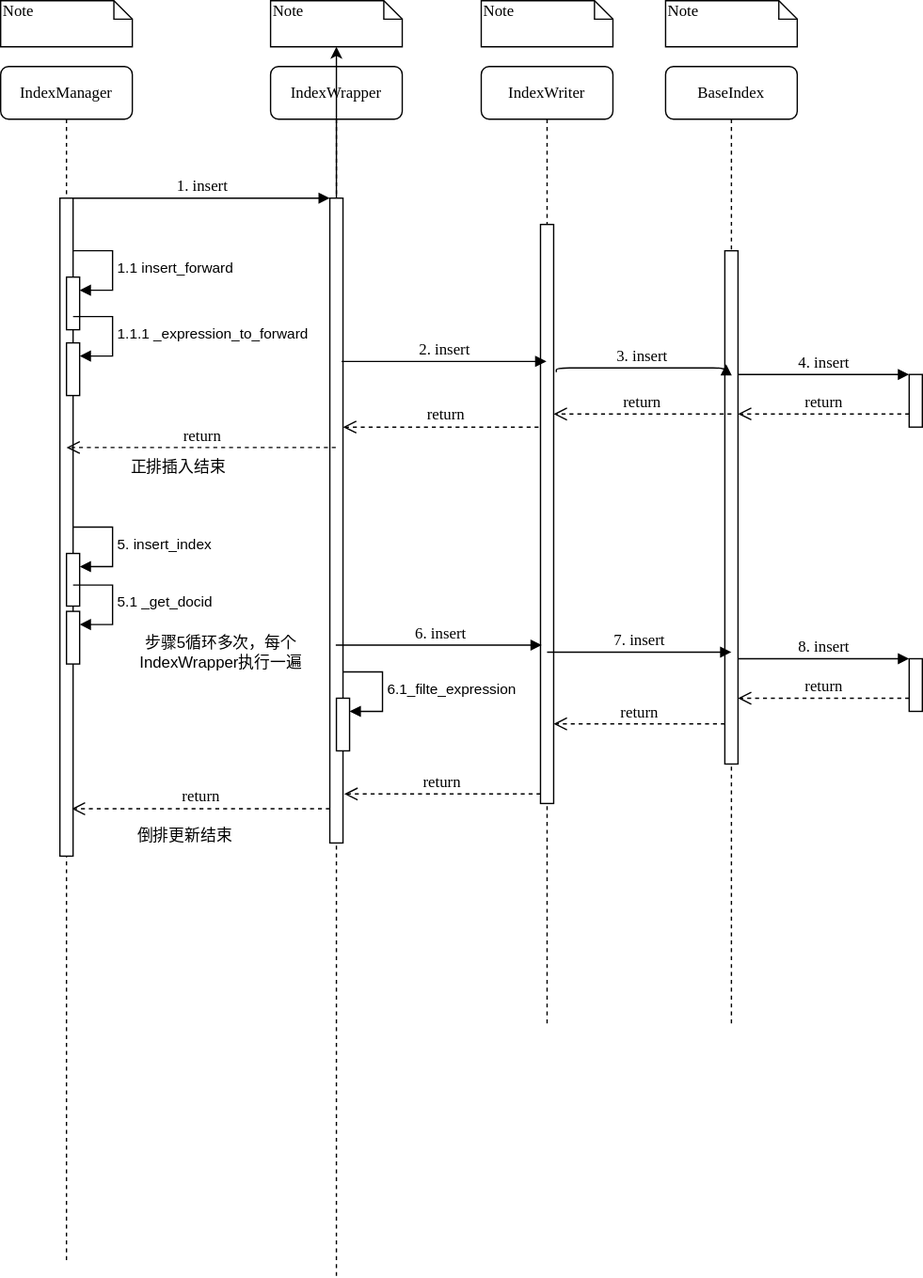
This is memdb_insert时序图.drawio.svg from gaochenxi/drawio, a draw.io export, as it was before one commit. Source tidied: cells renumbered, new cells last; positions are measured from the earlier drawing's top-left corner, leaving out a move shared by most shapes. Source of this version:
```xml
<mxGraphModel>
  <root>
    <mxCell id="0" />
    <mxCell id="1" parent="0" />
    <mxCell id="2" value="IndexWrapper" style="shape=umlLifeline;perimeter=lifelinePerimeter;whiteSpace=wrap;html=1;outlineConnect=0;rounded=1;shadow=0;comic=0;labelBackgroundColor=none;strokeWidth=1;fontFamily=Verdana;fontSize=12;align=center;" parent="1" vertex="1">
      <mxGeometry x="205" y="50" width="100" height="920" as="geometry" />
    </mxCell>
    <mxCell id="3" style="html=1;points=[];perimeter=orthogonalPerimeter;rounded=0;shadow=0;comic=0;labelBackgroundColor=none;strokeWidth=1;fontFamily=Verdana;fontSize=12;align=center;" parent="2" vertex="1">
      <mxGeometry x="45" y="100" width="10" height="490" as="geometry" />
    </mxCell>
    <mxCell id="4" value="return" style="html=1;verticalAlign=bottom;endArrow=open;dashed=1;endSize=8;labelBackgroundColor=none;fontFamily=Verdana;fontSize=12;elbow=vertical;" parent="2" edge="1" source="8">
      <mxGeometry relative="1" as="geometry">
        <mxPoint x="55" y="274" as="targetPoint" />
      </mxGeometry>
    </mxCell>
    <mxCell id="5" style="group;" parent="2" vertex="1">
      <mxGeometry x="50" y="480" width="35" height="40" as="geometry" />
    </mxCell>
    <mxCell id="6" style="html=1;points=[];perimeter=orthogonalPerimeter;outlineConnect=0;targetShapes=umlLifeline;portConstraint=eastwest;newEdgeStyle={&quot;edgeStyle&quot;:&quot;elbowEdgeStyle&quot;,&quot;elbow&quot;:&quot;vertical&quot;,&quot;curved&quot;:0,&quot;rounded&quot;:0};" parent="5" vertex="1">
      <mxGeometry width="10" height="40" as="geometry" />
    </mxCell>
    <mxCell id="7" value="6.1_filte_expression" style="html=1;align=left;spacingLeft=2;endArrow=block;rounded=0;edgeStyle=orthogonalEdgeStyle;curved=0;rounded=0;" parent="5" edge="1" target="6">
      <mxGeometry x="0.01" relative="1" as="geometry">
        <mxPoint x="5" y="-20" as="sourcePoint" />
        <Array as="points">
          <mxPoint x="35" y="10" />
        </Array>
      </mxGeometry>
    </mxCell>
    <mxCell id="8" value="IndexWriter" style="shape=umlLifeline;perimeter=lifelinePerimeter;whiteSpace=wrap;html=1;outlineConnect=0;rounded=1;shadow=0;comic=0;labelBackgroundColor=none;strokeWidth=1;fontFamily=Verdana;fontSize=12;align=center;" parent="1" vertex="1">
      <mxGeometry x="365" y="50" width="100" height="730" as="geometry" />
    </mxCell>
    <mxCell id="9" style="html=1;points=[];perimeter=orthogonalPerimeter;rounded=0;shadow=0;comic=0;labelBackgroundColor=none;strokeWidth=1;fontFamily=Verdana;fontSize=12;align=center;" parent="8" vertex="1">
      <mxGeometry x="45" y="120" width="10" height="440" as="geometry" />
    </mxCell>
    <mxCell id="10" value="BaseIndex" style="shape=umlLifeline;perimeter=lifelinePerimeter;whiteSpace=wrap;html=1;rounded=1;shadow=0;comic=0;labelBackgroundColor=none;strokeWidth=1;fontFamily=Verdana;fontSize=12;align=center;" parent="1" vertex="1">
      <mxGeometry x="505" y="50" width="100" height="730" as="geometry" />
    </mxCell>
    <mxCell id="11" value="IndexManager" style="shape=umlLifeline;perimeter=lifelinePerimeter;whiteSpace=wrap;html=1;rounded=1;shadow=0;comic=0;labelBackgroundColor=none;strokeWidth=1;fontFamily=Verdana;fontSize=12;align=center;" parent="1" vertex="1">
      <mxGeometry y="50" width="100" height="910" as="geometry" />
    </mxCell>
    <mxCell id="12" style="html=1;points=[];perimeter=orthogonalPerimeter;rounded=0;shadow=0;comic=0;labelBackgroundColor=none;strokeWidth=1;fontFamily=Verdana;fontSize=12;align=center;" parent="11" vertex="1">
      <mxGeometry x="45" y="100" width="10" height="500" as="geometry" />
    </mxCell>
    <mxCell id="13" style="group;" parent="11" vertex="1">
      <mxGeometry x="50" y="160" width="35" height="40" as="geometry" />
    </mxCell>
    <mxCell id="14" style="html=1;points=[];perimeter=orthogonalPerimeter;outlineConnect=0;targetShapes=umlLifeline;portConstraint=eastwest;newEdgeStyle={&quot;edgeStyle&quot;:&quot;elbowEdgeStyle&quot;,&quot;elbow&quot;:&quot;vertical&quot;,&quot;curved&quot;:0,&quot;rounded&quot;:0};" parent="13" vertex="1">
      <mxGeometry width="10" height="40" as="geometry" />
    </mxCell>
    <mxCell id="15" value="1.1 insert_forward" style="html=1;align=left;spacingLeft=2;endArrow=block;rounded=0;edgeStyle=orthogonalEdgeStyle;curved=0;rounded=0;" parent="13" edge="1" target="14">
      <mxGeometry x="0.01" relative="1" as="geometry">
        <mxPoint x="5" y="-20" as="sourcePoint" />
        <Array as="points">
          <mxPoint x="35" y="10" />
        </Array>
      </mxGeometry>
    </mxCell>
    <mxCell id="16" style="group;" parent="11" vertex="1">
      <mxGeometry x="50" y="210" width="35" height="40" as="geometry" />
    </mxCell>
    <mxCell id="17" style="html=1;points=[];perimeter=orthogonalPerimeter;outlineConnect=0;targetShapes=umlLifeline;portConstraint=eastwest;newEdgeStyle={&quot;edgeStyle&quot;:&quot;elbowEdgeStyle&quot;,&quot;elbow&quot;:&quot;vertical&quot;,&quot;curved&quot;:0,&quot;rounded&quot;:0};" parent="16" vertex="1">
      <mxGeometry width="10" height="40" as="geometry" />
    </mxCell>
    <mxCell id="18" value="1.1.1 _expression_to_forward" style="html=1;align=left;spacingLeft=2;endArrow=block;rounded=0;edgeStyle=orthogonalEdgeStyle;curved=0;rounded=0;" parent="16" edge="1" target="17">
      <mxGeometry x="0.01" relative="1" as="geometry">
        <mxPoint x="5" y="-20" as="sourcePoint" />
        <Array as="points">
          <mxPoint x="35" y="10" />
        </Array>
      </mxGeometry>
    </mxCell>
    <mxCell id="19" value="return" style="html=1;verticalAlign=bottom;endArrow=open;dashed=1;endSize=8;labelBackgroundColor=none;fontFamily=Verdana;fontSize=12;elbow=vertical;" parent="11" edge="1" source="2">
      <mxGeometry relative="1" as="geometry">
        <mxPoint x="50" y="289.5" as="targetPoint" />
      </mxGeometry>
    </mxCell>
    <mxCell id="20" style="group;" parent="11" vertex="1">
      <mxGeometry x="50" y="370" width="35" height="40" as="geometry" />
    </mxCell>
    <mxCell id="21" style="html=1;points=[];perimeter=orthogonalPerimeter;outlineConnect=0;targetShapes=umlLifeline;portConstraint=eastwest;newEdgeStyle={&quot;edgeStyle&quot;:&quot;elbowEdgeStyle&quot;,&quot;elbow&quot;:&quot;vertical&quot;,&quot;curved&quot;:0,&quot;rounded&quot;:0};" parent="20" vertex="1">
      <mxGeometry width="10" height="40" as="geometry" />
    </mxCell>
    <mxCell id="22" value="5. insert_index" style="html=1;align=left;spacingLeft=2;endArrow=block;rounded=0;edgeStyle=orthogonalEdgeStyle;curved=0;rounded=0;" parent="20" edge="1" target="21">
      <mxGeometry x="0.01" relative="1" as="geometry">
        <mxPoint x="5" y="-20" as="sourcePoint" />
        <Array as="points">
          <mxPoint x="35" y="10" />
        </Array>
      </mxGeometry>
    </mxCell>
    <mxCell id="23" style="group;" parent="11" vertex="1">
      <mxGeometry x="50" y="414" width="35" height="40" as="geometry" />
    </mxCell>
    <mxCell id="24" style="html=1;points=[];perimeter=orthogonalPerimeter;outlineConnect=0;targetShapes=umlLifeline;portConstraint=eastwest;newEdgeStyle={&quot;edgeStyle&quot;:&quot;elbowEdgeStyle&quot;,&quot;elbow&quot;:&quot;vertical&quot;,&quot;curved&quot;:0,&quot;rounded&quot;:0};" parent="23" vertex="1">
      <mxGeometry width="10" height="40" as="geometry" />
    </mxCell>
    <mxCell id="25" value="5.1 _get_docid&amp;nbsp;" style="html=1;align=left;spacingLeft=2;endArrow=block;rounded=0;edgeStyle=orthogonalEdgeStyle;curved=0;rounded=0;" parent="23" edge="1" target="24">
      <mxGeometry x="0.01" relative="1" as="geometry">
        <mxPoint x="5" y="-20" as="sourcePoint" />
        <Array as="points">
          <mxPoint x="35" y="10" />
        </Array>
      </mxGeometry>
    </mxCell>
    <mxCell id="26" style="html=1;points=[];perimeter=orthogonalPerimeter;rounded=0;shadow=0;comic=0;labelBackgroundColor=none;strokeWidth=1;fontFamily=Verdana;fontSize=12;align=center;" parent="1" vertex="1">
      <mxGeometry x="550" y="190" width="10" height="390" as="geometry" />
    </mxCell>
    <mxCell id="27" value="3. insert" style="html=1;verticalAlign=bottom;endArrow=block;labelBackgroundColor=none;fontFamily=Verdana;fontSize=12;edgeStyle=elbowEdgeStyle;elbow=vertical;exitX=1.2;exitY=0.255;exitDx=0;exitDy=0;exitPerimeter=0;entryX=0.1;entryY=0.221;entryDx=0;entryDy=0;entryPerimeter=0;" parent="1" edge="1" source="9" target="26">
      <mxGeometry relative="1" as="geometry" />
    </mxCell>
    <mxCell id="28" style="html=1;points=[];perimeter=orthogonalPerimeter;rounded=0;shadow=0;comic=0;labelBackgroundColor=none;strokeWidth=1;fontFamily=Verdana;fontSize=12;align=center;" parent="1" vertex="1">
      <mxGeometry x="690" y="284" width="10" height="40" as="geometry" />
    </mxCell>
    <mxCell id="29" value="4. insert" style="html=1;verticalAlign=bottom;endArrow=block;entryX=0;entryY=0;labelBackgroundColor=none;fontFamily=Verdana;fontSize=12;edgeStyle=elbowEdgeStyle;elbow=vertical;" parent="1" edge="1" target="28">
      <mxGeometry relative="1" as="geometry">
        <mxPoint x="560" y="284" as="sourcePoint" />
      </mxGeometry>
    </mxCell>
    <mxCell id="30" value="return" style="html=1;verticalAlign=bottom;endArrow=open;dashed=1;endSize=8;labelBackgroundColor=none;fontFamily=Verdana;fontSize=12;edgeStyle=elbowEdgeStyle;elbow=vertical;" parent="1" edge="1" source="28">
      <mxGeometry relative="1" as="geometry">
        <mxPoint x="560" y="314" as="targetPoint" />
        <Array as="points">
          <mxPoint x="635" y="314" />
          <mxPoint x="665" y="314" />
        </Array>
      </mxGeometry>
    </mxCell>
    <mxCell id="31" value="1. insert" style="html=1;verticalAlign=bottom;endArrow=block;entryX=0;entryY=0;labelBackgroundColor=none;fontFamily=Verdana;fontSize=12;edgeStyle=elbowEdgeStyle;elbow=vertical;" parent="1" edge="1" source="12" target="3">
      <mxGeometry relative="1" as="geometry" />
    </mxCell>
    <mxCell id="32" value="2. insert" style="html=1;verticalAlign=bottom;endArrow=block;labelBackgroundColor=none;fontFamily=Verdana;fontSize=12;elbow=vertical;exitX=0.9;exitY=0.496;exitDx=0;exitDy=0;exitPerimeter=0;" parent="1" edge="1">
      <mxGeometry relative="1" as="geometry">
        <mxPoint x="259" y="274.1" as="sourcePoint" />
        <mxPoint x="414.5" y="274.1" as="targetPoint" />
      </mxGeometry>
    </mxCell>
    <mxCell id="33" value="Note" style="shape=note;whiteSpace=wrap;html=1;size=14;verticalAlign=top;align=left;spacingTop=-6;rounded=0;shadow=0;comic=0;labelBackgroundColor=none;strokeWidth=1;fontFamily=Verdana;fontSize=12;" parent="1" vertex="1">
      <mxGeometry width="100" height="35" as="geometry" />
    </mxCell>
    <mxCell id="34" value="Note" style="shape=note;whiteSpace=wrap;html=1;size=14;verticalAlign=top;align=left;spacingTop=-6;rounded=0;shadow=0;comic=0;labelBackgroundColor=none;strokeWidth=1;fontFamily=Verdana;fontSize=12;" parent="1" vertex="1">
      <mxGeometry x="205" width="100" height="35" as="geometry" />
    </mxCell>
    <mxCell id="35" value="Note" style="shape=note;whiteSpace=wrap;html=1;size=14;verticalAlign=top;align=left;spacingTop=-6;rounded=0;shadow=0;comic=0;labelBackgroundColor=none;strokeWidth=1;fontFamily=Verdana;fontSize=12;" parent="1" vertex="1">
      <mxGeometry x="365" width="100" height="35" as="geometry" />
    </mxCell>
    <mxCell id="36" value="Note" style="shape=note;whiteSpace=wrap;html=1;size=14;verticalAlign=top;align=left;spacingTop=-6;rounded=0;shadow=0;comic=0;labelBackgroundColor=none;strokeWidth=1;fontFamily=Verdana;fontSize=12;" parent="1" vertex="1">
      <mxGeometry x="505" width="100" height="35" as="geometry" />
    </mxCell>
    <mxCell id="37" value="return" style="html=1;verticalAlign=bottom;endArrow=open;dashed=1;endSize=8;labelBackgroundColor=none;fontFamily=Verdana;fontSize=12;elbow=vertical;exitX=0.5;exitY=0.667;exitDx=0;exitDy=0;exitPerimeter=0;" parent="1" edge="1">
      <mxGeometry relative="1" as="geometry">
        <mxPoint x="555" y="314.1" as="sourcePoint" />
        <mxPoint x="420" y="314.1" as="targetPoint" />
      </mxGeometry>
    </mxCell>
    <mxCell id="38" value="正排插入结束" style="text;strokeColor=none;align=center;fillColor=none;html=1;verticalAlign=middle;whiteSpace=wrap;rounded=0;" parent="1" vertex="1">
      <mxGeometry x="95" y="340" width="80" height="30" as="geometry" />
    </mxCell>
    <mxCell id="39" value="6. insert" style="html=1;verticalAlign=bottom;endArrow=block;labelBackgroundColor=none;fontFamily=Verdana;fontSize=12;elbow=vertical;entryX=0.1;entryY=0.765;entryDx=0;entryDy=0;entryPerimeter=0;" parent="1" edge="1">
      <mxGeometry relative="1" as="geometry">
        <mxPoint x="254.5" y="489.6" as="sourcePoint" />
        <mxPoint x="411" y="489.6" as="targetPoint" />
      </mxGeometry>
    </mxCell>
    <mxCell id="40" value="步骤5循环多次，每个IndexWrapper执行一遍" style="text;strokeColor=none;align=center;fillColor=none;html=1;verticalAlign=middle;whiteSpace=wrap;rounded=0;" parent="1" vertex="1">
      <mxGeometry x="100" y="480" width="135" height="30" as="geometry" />
    </mxCell>
    <mxCell id="41" style="edgeStyle=none;rounded=0;jettySize=auto;html=1;" parent="1" edge="1" source="3" target="34">
      <mxGeometry relative="1" as="geometry" />
    </mxCell>
    <mxCell id="42" value="7. insert" style="html=1;verticalAlign=bottom;endArrow=block;labelBackgroundColor=none;fontFamily=Verdana;fontSize=12;elbow=vertical;" parent="1" edge="1">
      <mxGeometry relative="1" as="geometry">
        <mxPoint x="415" y="495" as="sourcePoint" />
        <mxPoint x="555" y="495" as="targetPoint" />
      </mxGeometry>
    </mxCell>
    <mxCell id="43" style="html=1;points=[];perimeter=orthogonalPerimeter;rounded=0;shadow=0;comic=0;labelBackgroundColor=none;strokeWidth=1;fontFamily=Verdana;fontSize=12;align=center;" parent="1" vertex="1">
      <mxGeometry x="690" y="500" width="10" height="40" as="geometry" />
    </mxCell>
    <mxCell id="44" value="8. insert" style="html=1;verticalAlign=bottom;endArrow=block;entryX=0;entryY=0;labelBackgroundColor=none;fontFamily=Verdana;fontSize=12;edgeStyle=elbowEdgeStyle;elbow=vertical;" parent="1" edge="1" target="43">
      <mxGeometry relative="1" as="geometry">
        <mxPoint x="560" y="500" as="sourcePoint" />
      </mxGeometry>
    </mxCell>
    <mxCell id="45" value="return" style="html=1;verticalAlign=bottom;endArrow=open;dashed=1;endSize=8;labelBackgroundColor=none;fontFamily=Verdana;fontSize=12;edgeStyle=elbowEdgeStyle;elbow=vertical;" parent="1" edge="1" source="43">
      <mxGeometry relative="1" as="geometry">
        <mxPoint x="560" y="530" as="targetPoint" />
        <Array as="points">
          <mxPoint x="635" y="530" />
          <mxPoint x="665" y="530" />
        </Array>
      </mxGeometry>
    </mxCell>
    <mxCell id="46" value="return" style="html=1;verticalAlign=bottom;endArrow=open;dashed=1;endSize=8;labelBackgroundColor=none;fontFamily=Verdana;fontSize=12;edgeStyle=elbowEdgeStyle;elbow=vertical;" parent="1" edge="1" source="26" target="9">
      <mxGeometry relative="1" as="geometry">
        <Array as="points">
          <mxPoint x="520" y="549.5" />
          <mxPoint x="550" y="549.5" />
        </Array>
      </mxGeometry>
    </mxCell>
    <mxCell id="47" value="return" style="html=1;verticalAlign=bottom;endArrow=open;dashed=1;endSize=8;labelBackgroundColor=none;fontFamily=Verdana;fontSize=12;elbow=vertical;entryX=1.1;entryY=0.924;entryDx=0;entryDy=0;entryPerimeter=0;" parent="1" edge="1" source="9" target="3">
      <mxGeometry relative="1" as="geometry" />
    </mxCell>
    <mxCell id="48" value="return" style="html=1;verticalAlign=bottom;endArrow=open;dashed=1;endSize=8;labelBackgroundColor=none;fontFamily=Verdana;fontSize=12;elbow=vertical;entryX=0.9;entryY=0.928;entryDx=0;entryDy=0;entryPerimeter=0;" parent="1" edge="1" source="3" target="12">
      <mxGeometry relative="1" as="geometry" />
    </mxCell>
    <mxCell id="49" value="倒排更新结束" style="text;strokeColor=none;align=center;fillColor=none;html=1;verticalAlign=middle;whiteSpace=wrap;rounded=0;" parent="1" vertex="1">
      <mxGeometry x="95" y="620" width="90" height="30" as="geometry" />
    </mxCell>
  </root>
</mxGraphModel>
```
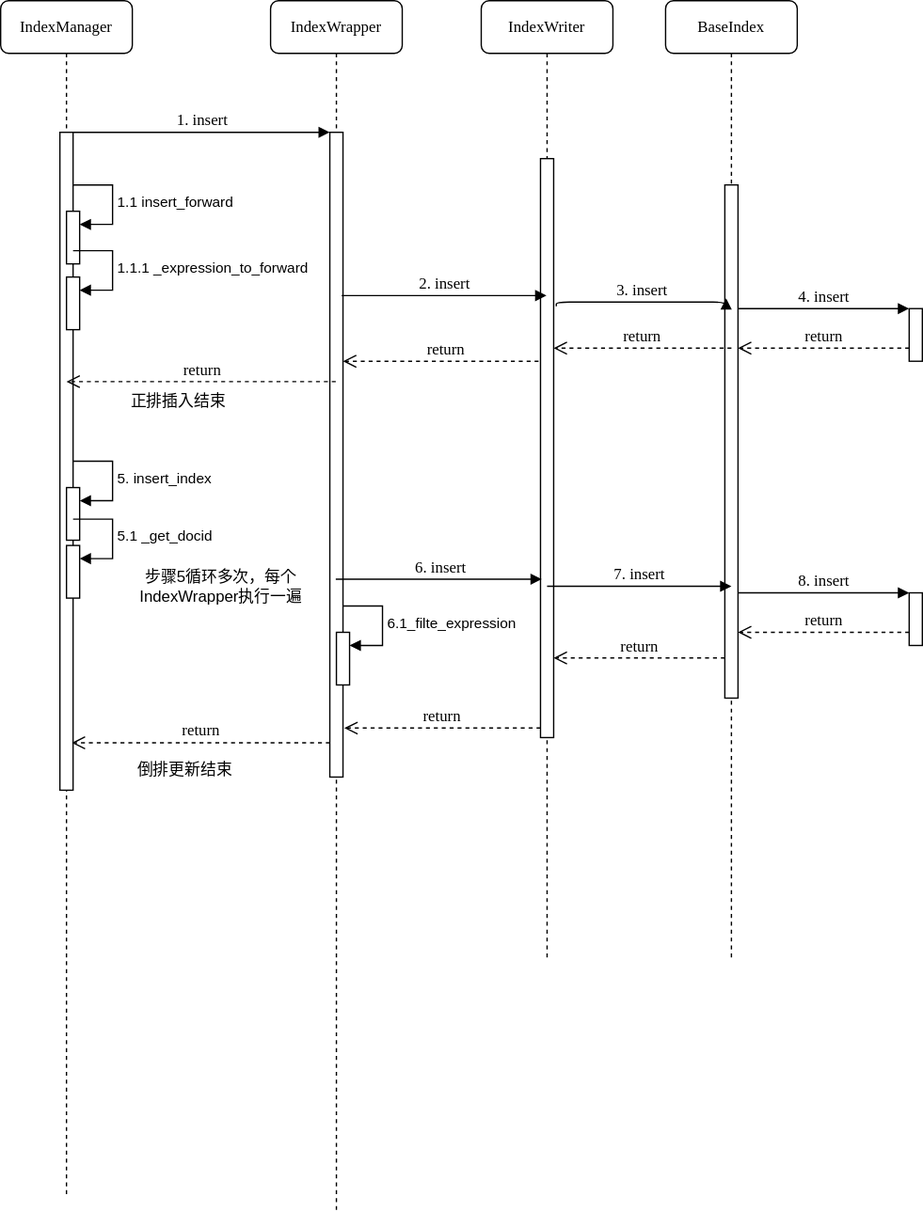
The same file after the commit.

Commit message:
更新memdb_insert时序图.drawio.svg

The edit, as a diff of the source:
```diff
@@ -135,18 +135,6 @@
         <mxPoint x="414.5" y="274.1" as="targetPoint" />
       </mxGeometry>
     </mxCell>
-    <mxCell id="33" value="Note" style="shape=note;whiteSpace=wrap;html=1;size=14;verticalAlign=top;align=left;spacingTop=-6;rounded=0;shadow=0;comic=0;labelBackgroundColor=none;strokeWidth=1;fontFamily=Verdana;fontSize=12;" parent="1" vertex="1">
-      <mxGeometry width="100" height="35" as="geometry" />
-    </mxCell>
-    <mxCell id="34" value="Note" style="shape=note;whiteSpace=wrap;html=1;size=14;verticalAlign=top;align=left;spacingTop=-6;rounded=0;shadow=0;comic=0;labelBackgroundColor=none;strokeWidth=1;fontFamily=Verdana;fontSize=12;" parent="1" vertex="1">
-      <mxGeometry x="205" width="100" height="35" as="geometry" />
-    </mxCell>
-    <mxCell id="35" value="Note" style="shape=note;whiteSpace=wrap;html=1;size=14;verticalAlign=top;align=left;spacingTop=-6;rounded=0;shadow=0;comic=0;labelBackgroundColor=none;strokeWidth=1;fontFamily=Verdana;fontSize=12;" parent="1" vertex="1">
-      <mxGeometry x="365" width="100" height="35" as="geometry" />
-    </mxCell>
-    <mxCell id="36" value="Note" style="shape=note;whiteSpace=wrap;html=1;size=14;verticalAlign=top;align=left;spacingTop=-6;rounded=0;shadow=0;comic=0;labelBackgroundColor=none;strokeWidth=1;fontFamily=Verdana;fontSize=12;" parent="1" vertex="1">
-      <mxGeometry x="505" width="100" height="35" as="geometry" />
-    </mxCell>
     <mxCell id="37" value="return" style="html=1;verticalAlign=bottom;endArrow=open;dashed=1;endSize=8;labelBackgroundColor=none;fontFamily=Verdana;fontSize=12;elbow=vertical;exitX=0.5;exitY=0.667;exitDx=0;exitDy=0;exitPerimeter=0;" parent="1" edge="1">
       <mxGeometry relative="1" as="geometry">
         <mxPoint x="555" y="314.1" as="sourcePoint" />
@@ -165,9 +153,6 @@
     <mxCell id="40" value="步骤5循环多次，每个IndexWrapper执行一遍" style="text;strokeColor=none;align=center;fillColor=none;html=1;verticalAlign=middle;whiteSpace=wrap;rounded=0;" parent="1" vertex="1">
       <mxGeometry x="100" y="480" width="135" height="30" as="geometry" />
     </mxCell>
-    <mxCell id="41" style="edgeStyle=none;rounded=0;jettySize=auto;html=1;" parent="1" edge="1" source="3" target="34">
-      <mxGeometry relative="1" as="geometry" />
-    </mxCell>
     <mxCell id="42" value="7. insert" style="html=1;verticalAlign=bottom;endArrow=block;labelBackgroundColor=none;fontFamily=Verdana;fontSize=12;elbow=vertical;" parent="1" edge="1">
       <mxGeometry relative="1" as="geometry">
         <mxPoint x="415" y="495" as="sourcePoint" />
```
